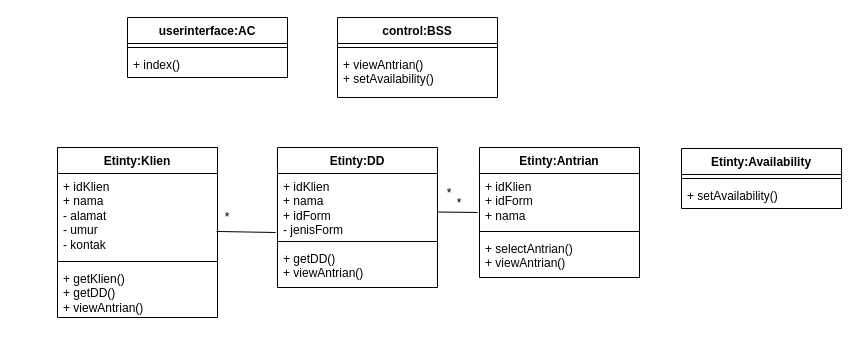
Earlier version of the draw.io diagram Mini-Proj/Class-Diagram-MN.drawio (mahesri/uml_ads_sms3). Source tidied: cells renumbered, new cells numbered last; positions are measured from the earlier drawing's top-left corner, leaving out a move shared by most shapes. Both pictures are drawn from the tidied source at 100%, with x=0, y=0 at pixel (57, 17).
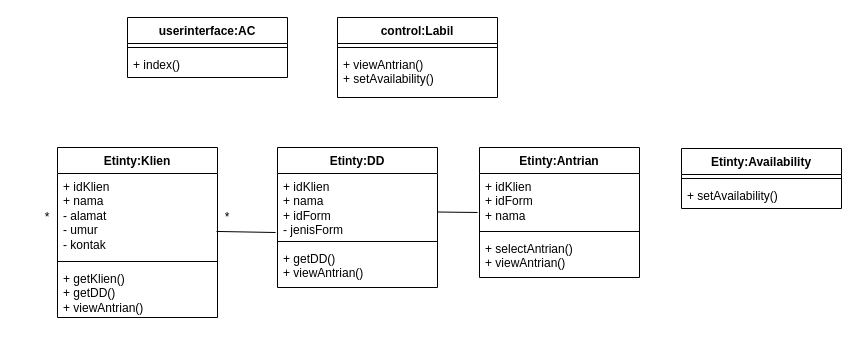
The same page after the edit.

Change to the diagram source:
```diff
@@
-    <mxCell id="13" value="control:BSS" style="swimlane;fontStyle=1;align=center;verticalAlign=top;horizontal=1;startSize=26;whiteSpace=wrap;html=1;" parent="1" vertex="1">
+    <mxCell id="13" value="control:Labil" style="swimlane;fontStyle=1;align=center;verticalAlign=top;horizontal=1;startSize=26;whiteSpace=wrap;html=1;" parent="1" vertex="1">
       <mxGeometry x="280" width="160" height="80" as="geometry" />
     </mxCell>
@@
     <mxCell id="26" value="*" style="text;html=1;strokeColor=none;fillColor=none;align=center;verticalAlign=middle;whiteSpace=wrap;rounded=0;" parent="1" vertex="1">
-      <mxGeometry x="362" y="161" width="60" height="30" as="geometry" />
+      <mxGeometry x="-40" y="185" width="60" height="30" as="geometry" />
     </mxCell>
-    <mxCell id="27" value="*" style="text;html=1;strokeColor=none;fillColor=none;align=center;verticalAlign=middle;whiteSpace=wrap;rounded=0;" parent="1" vertex="1">
-      <mxGeometry x="372" y="171" width="60" height="30" as="geometry" />
-    </mxCell>
```
